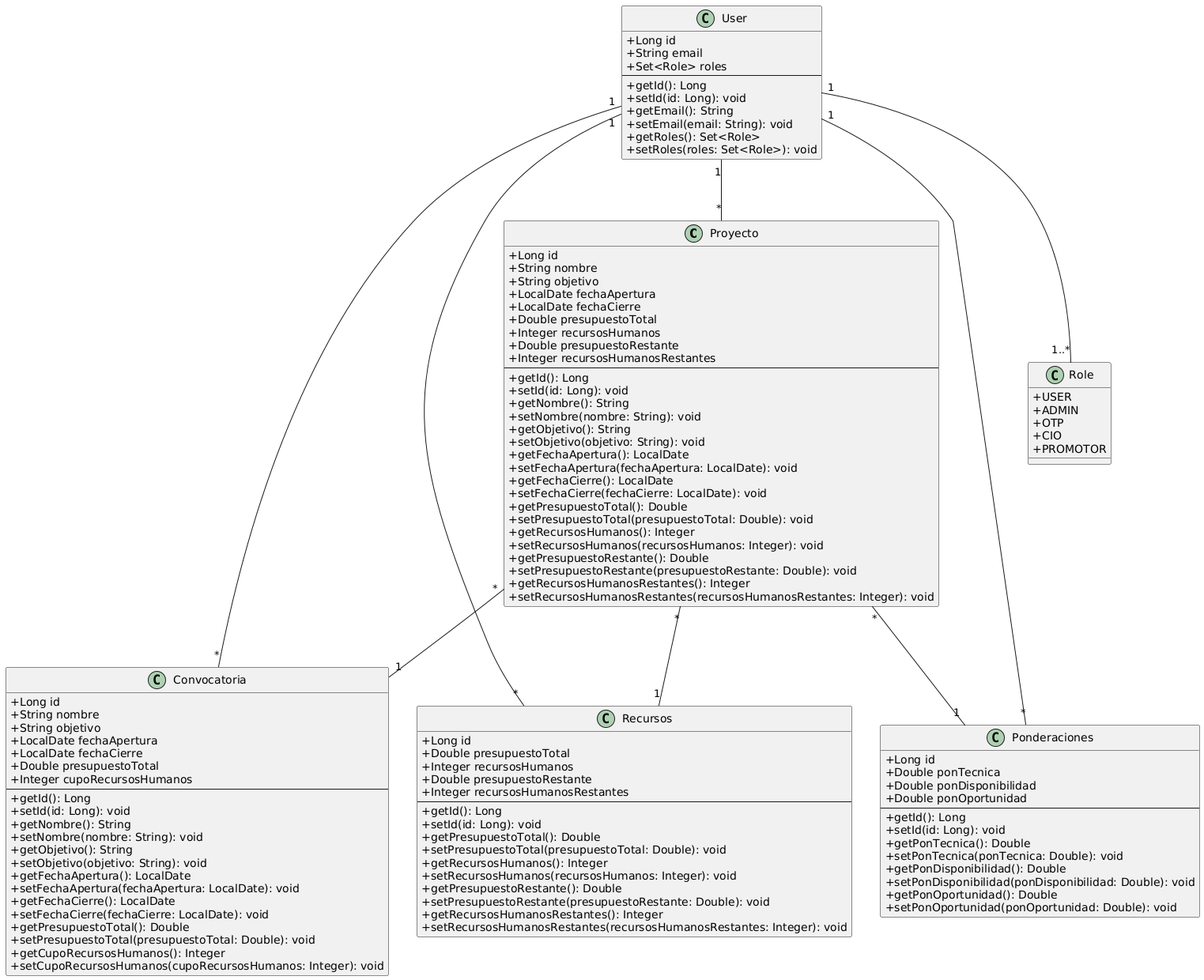
The PlantUML diagram src/main/img/UML_Final.png in Joselucrom/iw2024-2025-UCAWEB, before a commit. The source it was exported from:
```plantuml
@startuml
skinparam classAttributeIconSize 0

    class Proyecto {
        + Long id
        + String nombre
        + String objetivo
        + LocalDate fechaApertura
        + LocalDate fechaCierre
        + Double presupuestoTotal
        + Integer recursosHumanos
        + Double presupuestoRestante
        + Integer recursosHumanosRestantes
        --
        + getId(): Long
        + setId(id: Long): void
        + getNombre(): String
        + setNombre(nombre: String): void
        + getObjetivo(): String
        + setObjetivo(objetivo: String): void
        + getFechaApertura(): LocalDate
        + setFechaApertura(fechaApertura: LocalDate): void
        + getFechaCierre(): LocalDate
        + setFechaCierre(fechaCierre: LocalDate): void
        + getPresupuestoTotal(): Double
        + setPresupuestoTotal(presupuestoTotal: Double): void
        + getRecursosHumanos(): Integer
        + setRecursosHumanos(recursosHumanos: Integer): void
        + getPresupuestoRestante(): Double
        + setPresupuestoRestante(presupuestoRestante: Double): void
        + getRecursosHumanosRestantes(): Integer
        + setRecursosHumanosRestantes(recursosHumanosRestantes: Integer): void
    }

    class Convocatoria {
        + Long id
        + String nombre
        + String objetivo
        + LocalDate fechaApertura
        + LocalDate fechaCierre
        + Double presupuestoTotal
        + Integer cupoRecursosHumanos
        --
        + getId(): Long
        + setId(id: Long): void
        + getNombre(): String
        + setNombre(nombre: String): void
        + getObjetivo(): String
        + setObjetivo(objetivo: String): void
        + getFechaApertura(): LocalDate
        + setFechaApertura(fechaApertura: LocalDate): void
        + getFechaCierre(): LocalDate
        + setFechaCierre(fechaCierre: LocalDate): void
        + getPresupuestoTotal(): Double
        + setPresupuestoTotal(presupuestoTotal: Double): void
        + getCupoRecursosHumanos(): Integer
        + setCupoRecursosHumanos(cupoRecursosHumanos: Integer): void
    }

    class User {
        + Long id
        + String email
        + Set<Role> roles
        --
        + getId(): Long
        + setId(id: Long): void
        + getEmail(): String
        + setEmail(email: String): void
        + getRoles(): Set<Role>
        + setRoles(roles: Set<Role>): void
    }

    class Ponderaciones {
        + Long id
        + Double ponTecnica
        + Double ponDisponibilidad
        + Double ponOportunidad
        --
        + getId(): Long
        + setId(id: Long): void
        + getPonTecnica(): Double
        + setPonTecnica(ponTecnica: Double): void
        + getPonDisponibilidad(): Double
        + setPonDisponibilidad(ponDisponibilidad: Double): void
        + getPonOportunidad(): Double
        + setPonOportunidad(ponOportunidad: Double): void
    }

    class Recursos {
        + Long id
        + Double presupuestoTotal
        + Integer recursosHumanos
        + Double presupuestoRestante
        + Integer recursosHumanosRestantes
        --
        + getId(): Long
        + setId(id: Long): void
        + getPresupuestoTotal(): Double
        + setPresupuestoTotal(presupuestoTotal: Double): void
        + getRecursosHumanos(): Integer
        + setRecursosHumanos(recursosHumanos: Integer): void
        + getPresupuestoRestante(): Double
        + setPresupuestoRestante(presupuestoRestante: Double): void
        + getRecursosHumanosRestantes(): Integer
        + setRecursosHumanosRestantes(recursosHumanosRestantes: Integer): void
    }

  class Role {
  +USER
  +ADMIN
  +OTP
  +CIO
  +PROMOTOR
}

User "1" -- "1..*" Role


Proyecto "*" -- "1" Convocatoria : ""
Proyecto "*" -- "1" Recursos : ""
Proyecto "*" -- "1" Ponderaciones : ""
User "1" -- "*" Proyecto : ""
User "1" -- "*" Convocatoria : ""
User "1" -- "*" Ponderaciones : ""
User "1" -- "*" Recursos : ""
@enduml
```
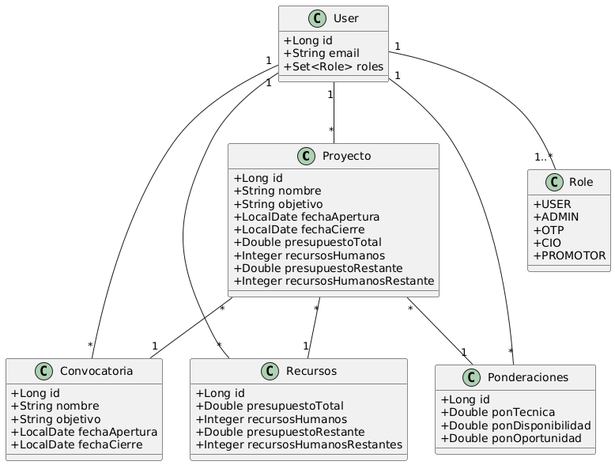
The same file after the commit.

Commit message:
Ficheros UML

What changed in the source:
```diff
@@ -10,26 +10,7 @@
         + Double presupuestoTotal
         + Integer recursosHumanos
         + Double presupuestoRestante
-        + Integer recursosHumanosRestantes
-        --
-        + getId(): Long
-        + setId(id: Long): void
-        + getNombre(): String
-        + setNombre(nombre: String): void
-        + getObjetivo(): String
-        + setObjetivo(objetivo: String): void
-        + getFechaApertura(): LocalDate
-        + setFechaApertura(fechaApertura: LocalDate): void
-        + getFechaCierre(): LocalDate
-        + setFechaCierre(fechaCierre: LocalDate): void
-        + getPresupuestoTotal(): Double
-        + setPresupuestoTotal(presupuestoTotal: Double): void
-        + getRecursosHumanos(): Integer
-        + setRecursosHumanos(recursosHumanos: Integer): void
-        + getPresupuestoRestante(): Double
-        + setPresupuestoRestante(presupuestoRestante: Double): void
-        + getRecursosHumanosRestantes(): Integer
-        + setRecursosHumanosRestantes(recursosHumanosRestantes: Integer): void
+        + Integer recursosHumanosRestante
     }
 
     class Convocatoria {
@@ -38,36 +19,14 @@
         + String objetivo
         + LocalDate fechaApertura
         + LocalDate fechaCierre
-        + Double presupuestoTotal
-        + Integer cupoRecursosHumanos
-        --
-        + getId(): Long
-        + setId(id: Long): void
-        + getNombre(): String
-        + setNombre(nombre: String): void
-        + getObjetivo(): String
-        + setObjetivo(objetivo: String): void
-        + getFechaApertura(): LocalDate
-        + setFechaApertura(fechaApertura: LocalDate): void
-        + getFechaCierre(): LocalDate
-        + setFechaCierre(fechaCierre: LocalDate): void
-        + getPresupuestoTotal(): Double
-        + setPresupuestoTotal(presupuestoTotal: Double): void
-        + getCupoRecursosHumanos(): Integer
-        + setCupoRecursosHumanos(cupoRecursosHumanos: Integer): void
     }
 
     class User {
         + Long id
         + String email
         + Set<Role> roles
-        --
-        + getId(): Long
-        + setId(id: Long): void
-        + getEmail(): String
-        + setEmail(email: String): void
-        + getRoles(): Set<Role>
-        + setRoles(roles: Set<Role>): void
+
+
     }
 
     class Ponderaciones {
@@ -75,15 +34,7 @@
         + Double ponTecnica
         + Double ponDisponibilidad
         + Double ponOportunidad
-        --
-        + getId(): Long
-        + setId(id: Long): void
-        + getPonTecnica(): Double
-        + setPonTecnica(ponTecnica: Double): void
-        + getPonDisponibilidad(): Double
-        + setPonDisponibilidad(ponDisponibilidad: Double): void
-        + getPonOportunidad(): Double
-        + setPonOportunidad(ponOportunidad: Double): void
+
     }
 
     class Recursos {
@@ -92,17 +43,6 @@
         + Integer recursosHumanos
         + Double presupuestoRestante
         + Integer recursosHumanosRestantes
-        --
-        + getId(): Long
-        + setId(id: Long): void
-        + getPresupuestoTotal(): Double
-        + setPresupuestoTotal(presupuestoTotal: Double): void
-        + getRecursosHumanos(): Integer
-        + setRecursosHumanos(recursosHumanos: Integer): void
-        + getPresupuestoRestante(): Double
-        + setPresupuestoRestante(presupuestoRestante: Double): void
-        + getRecursosHumanosRestantes(): Integer
-        + setRecursosHumanosRestantes(recursosHumanosRestantes: Integer): void
     }
 
   class Role {
```
